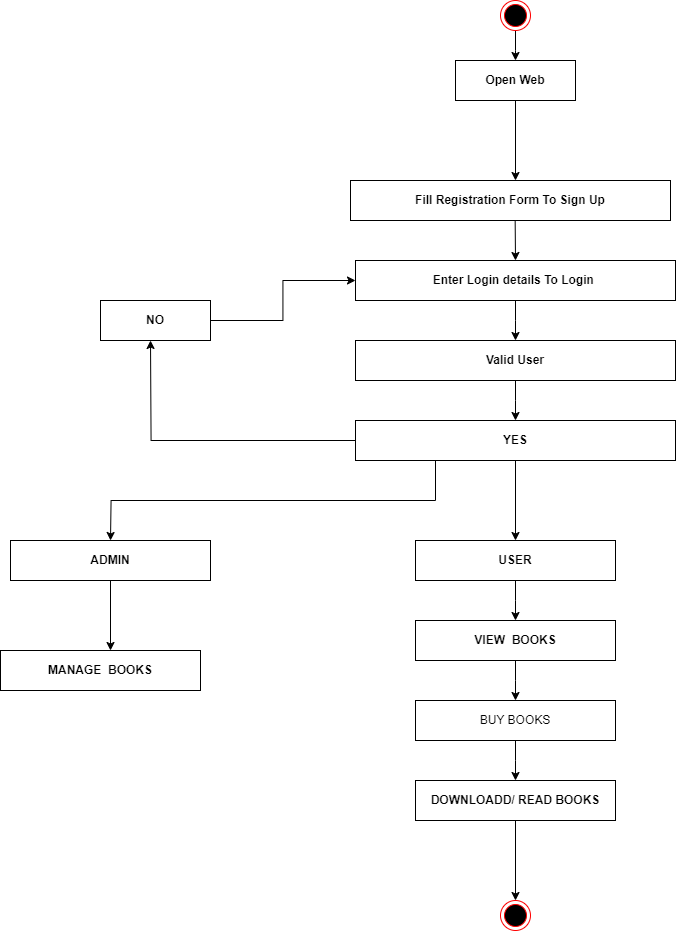
Above: Diagrams/Activity Diagram.png in prathamjc/TY-project (draw.io), before the change. Source tidied: cells renumbered, new cells last; positions are measured from the earlier drawing's top-left corner, leaving out a move shared by most shapes.
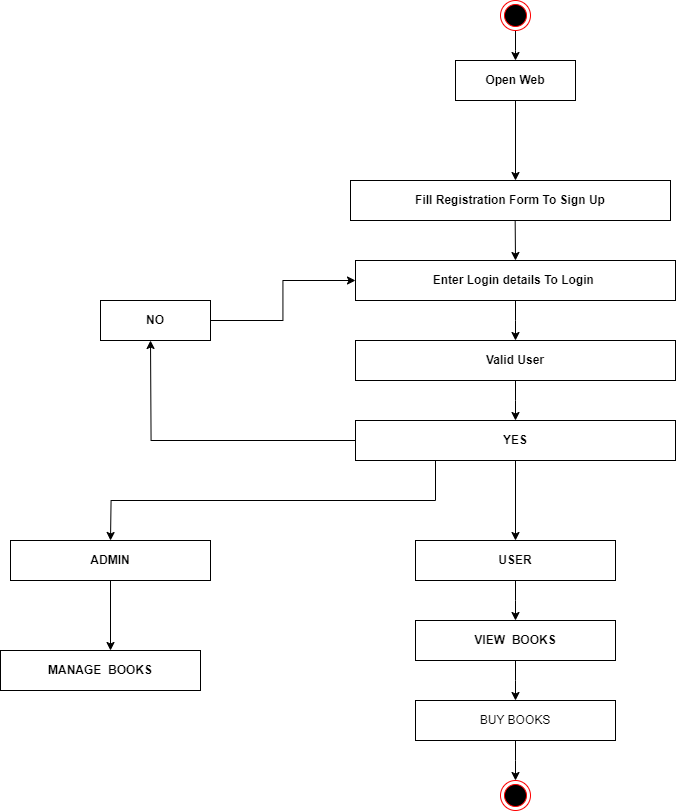
Later version of the same file.

What changed in the source:
```diff
@@ -95,19 +95,13 @@
     <mxCell id="25" value="BUY BOOKS" style="rounded=0;whiteSpace=wrap;html=1;" parent="1" vertex="1">
       <mxGeometry x="415" y="700" width="200" height="40" as="geometry" />
     </mxCell>
-    <mxCell id="26" style="edgeStyle=orthogonalEdgeStyle;rounded=0;jettySize=auto;html=1;" parent="1" edge="1" source="27" target="29">
-      <mxGeometry relative="1" as="geometry" />
-    </mxCell>
-    <mxCell id="27" value="&lt;b&gt;DOWNLOADD/ READ BOOKS&lt;/b&gt;" style="rounded=0;whiteSpace=wrap;html=1;" parent="1" vertex="1">
-      <mxGeometry x="415" y="780" width="200" height="40" as="geometry" />
-    </mxCell>
     <mxCell id="28" style="endArrow=classic;html=1;rounded=0;exitX=0.5;exitY=1;exitDx=0;exitDy=0;" parent="1" edge="1" source="20">
       <mxGeometry relative="1" as="geometry">
         <mxPoint x="110" y="650" as="targetPoint" />
       </mxGeometry>
     </mxCell>
     <mxCell id="29" style="ellipse;html=1;shape=endState;fillColor=#000000;strokeColor=#ff0000;" parent="1" vertex="1">
-      <mxGeometry x="500" y="900" width="30" height="30" as="geometry" />
+      <mxGeometry x="500" y="780" width="30" height="30" as="geometry" />
     </mxCell>
   </root>
 </mxGraphModel>
```
